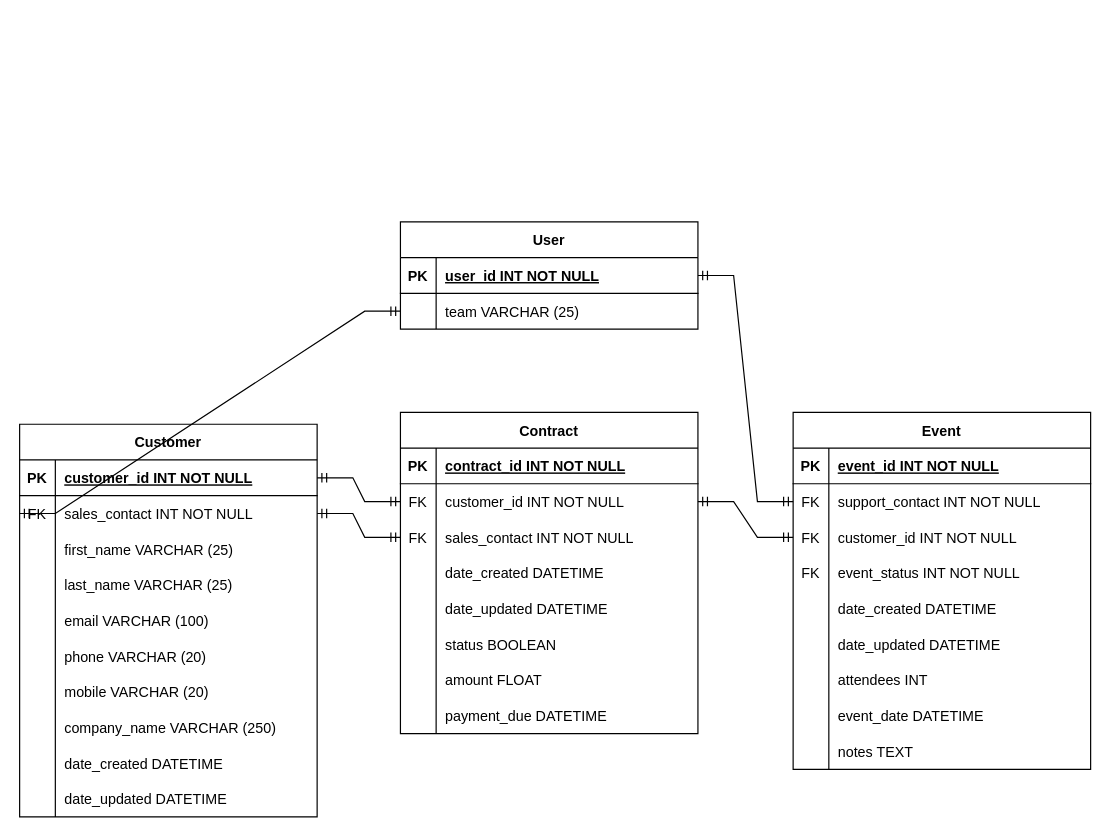
The draw.io diagram ERD.drawio in BeanEden/CRM-API-Front-and-Back-End, before the edit. Source tidied: cells renumbered, new cells numbered last; positions are measured from the earlier drawing's top-left corner, leaving out a move shared by most shapes. Both pictures are drawn from the tidied source at 119%, with x=0, y=0 at pixel (19, 221).
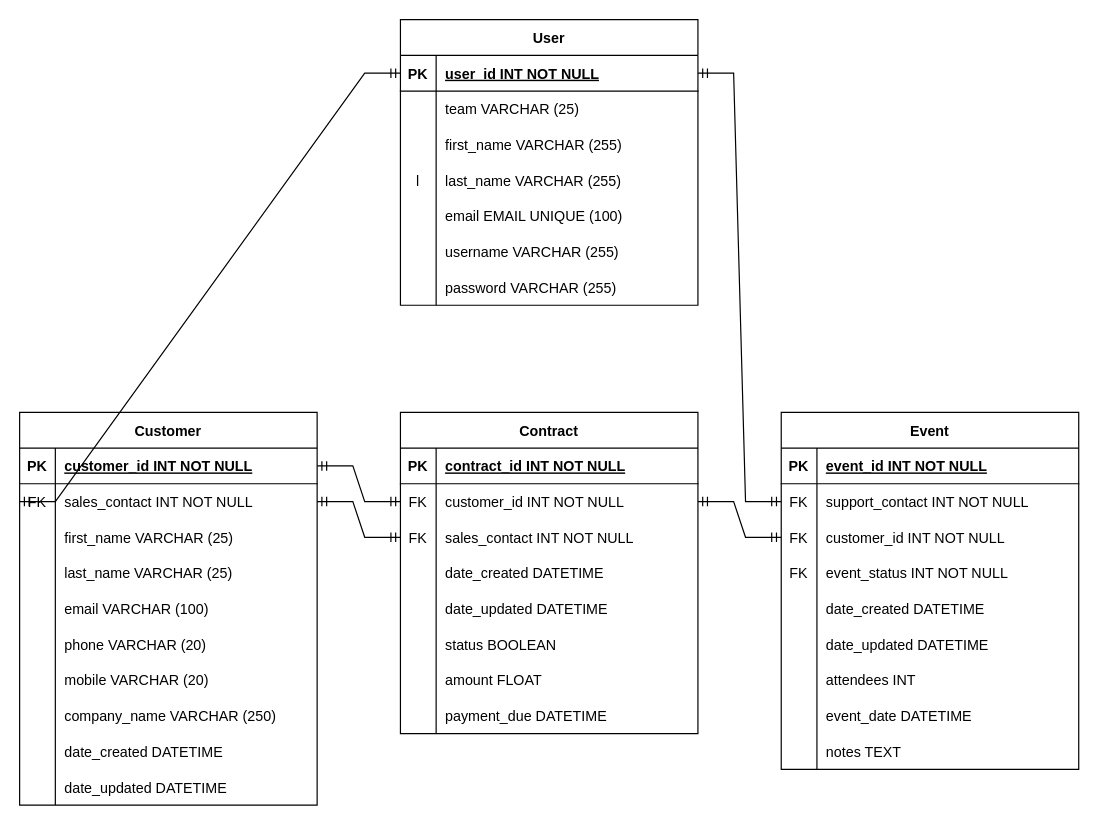
The same diagram, later.

Unchanged cells that the change refers to:
```xml
<mxCell id="56" style="shape=partialRectangle;fillColor=none;points=[[0,0.5],[1,0.5]];portConstraint=eastwest;top=0;left=0;right=0;bottom=1;" parent="55" vertex="1">
  <mxGeometry y="30" width="250" height="30" as="geometry" />
</mxCell>
<mxCell id="59" style="shape=partialRectangle;fillColor=none;points=[[0,0.5],[1,0.5]];portConstraint=eastwest;top=0;left=0;right=0;bottom=0;" parent="55" vertex="1">
  <mxGeometry y="60" width="250" height="30" as="geometry" />
</mxCell>
<mxCell id="68" style="shape=partialRectangle;fillColor=none;points=[[0,0.5],[1,0.5]];portConstraint=eastwest;top=0;left=0;right=0;bottom=0;" parent="64" vertex="1">
  <mxGeometry y="60" width="250" height="30" as="geometry" />
</mxCell>
```

The edit, as a diff of the source:
```diff
@@
     <mxCell id="27" value="Event" style="shape=table;startSize=30;childLayout=tableLayout;rowLines=0;fontStyle=1;align=center;" parent="1" vertex="1">
-      <mxGeometry x="650" y="160" width="250" height="300" as="geometry" />
+      <mxGeometry x="640" y="160" width="250" height="300" as="geometry" />
     </mxCell>
@@
     <mxCell id="55" value="User" style="shape=table;startSize=30;childLayout=tableLayout;rowLines=0;fontStyle=1;align=center;" parent="1" vertex="1">
-      <mxGeometry x="320" width="250" height="90" as="geometry" />
+      <mxGeometry x="320" y="-170" width="250" height="240" as="geometry" />
     </mxCell>
@@
+    <mxCell id="98" style="shape=partialRectangle;fillColor=none;top=0;left=0;right=0;bottom=0;" parent="55" vertex="1">
+      <mxGeometry y="90" width="250" height="30" as="geometry" />
+    </mxCell>
+    <mxCell id="99" style="shape=partialRectangle;overflow=hidden;fillColor=none;top=0;left=0;bottom=0;right=0;" parent="98" vertex="1">
+      <mxGeometry width="30" height="30" as="geometry" />
+    </mxCell>
+    <mxCell id="100" value="first_name VARCHAR (255)" style="shape=partialRectangle;overflow=hidden;fillColor=none;top=0;left=0;bottom=0;right=0;align=left;spacingLeft=6;" parent="98" vertex="1">
+      <mxGeometry x="30" width="220" height="30" as="geometry" />
+    </mxCell>
+    <mxCell id="101" style="shape=partialRectangle;fillColor=none;top=0;left=0;right=0;bottom=0;" parent="55" vertex="1">
+      <mxGeometry y="120" width="250" height="30" as="geometry" />
+    </mxCell>
+    <mxCell id="102" value="l" style="shape=partialRectangle;overflow=hidden;fillColor=none;top=0;left=0;bottom=0;right=0;" parent="101" vertex="1">
+      <mxGeometry width="30" height="30" as="geometry" />
+    </mxCell>
+    <mxCell id="103" value="last_name VARCHAR (255)" style="shape=partialRectangle;overflow=hidden;fillColor=none;top=0;left=0;bottom=0;right=0;align=left;spacingLeft=6;" parent="101" vertex="1">
+      <mxGeometry x="30" width="220" height="30" as="geometry" />
+    </mxCell>
+    <mxCell id="104" style="shape=partialRectangle;fillColor=none;top=0;left=0;right=0;bottom=0;" parent="55" vertex="1">
+      <mxGeometry y="150" width="250" height="30" as="geometry" />
+    </mxCell>
+    <mxCell id="105" style="shape=partialRectangle;overflow=hidden;fillColor=none;top=0;left=0;bottom=0;right=0;" parent="104" vertex="1">
+      <mxGeometry width="30" height="30" as="geometry" />
+    </mxCell>
+    <mxCell id="106" value="email EMAIL UNIQUE (100)" style="shape=partialRectangle;overflow=hidden;fillColor=none;top=0;left=0;bottom=0;right=0;align=left;spacingLeft=6;" parent="104" vertex="1">
+      <mxGeometry x="30" width="220" height="30" as="geometry" />
+    </mxCell>
+    <mxCell id="107" style="shape=partialRectangle;fillColor=none;top=0;left=0;right=0;bottom=0;" parent="55" vertex="1">
+      <mxGeometry y="180" width="250" height="30" as="geometry" />
+    </mxCell>
+    <mxCell id="108" style="shape=partialRectangle;overflow=hidden;fillColor=none;top=0;left=0;bottom=0;right=0;" parent="107" vertex="1">
+      <mxGeometry width="30" height="30" as="geometry" />
+    </mxCell>
+    <mxCell id="109" value="username VARCHAR (255)" style="shape=partialRectangle;overflow=hidden;fillColor=none;top=0;left=0;bottom=0;right=0;align=left;spacingLeft=6;" parent="107" vertex="1">
+      <mxGeometry x="30" width="220" height="30" as="geometry" />
+    </mxCell>
+    <mxCell id="110" style="shape=partialRectangle;fillColor=none;top=0;left=0;right=0;bottom=0;" parent="55" vertex="1">
+      <mxGeometry y="210" width="250" height="30" as="geometry" />
+    </mxCell>
+    <mxCell id="111" style="shape=partialRectangle;overflow=hidden;fillColor=none;top=0;left=0;bottom=0;right=0;" parent="110" vertex="1">
+      <mxGeometry width="30" height="30" as="geometry" />
+    </mxCell>
+    <mxCell id="112" value="password VARCHAR (255)" style="shape=partialRectangle;overflow=hidden;fillColor=none;top=0;left=0;bottom=0;right=0;align=left;spacingLeft=6;" parent="110" vertex="1">
+      <mxGeometry x="30" width="220" height="30" as="geometry" />
+    </mxCell>
@@
     <mxCell id="64" value="Customer" style="shape=table;startSize=30;childLayout=tableLayout;rowLines=0;fontStyle=1;align=center;" parent="1" vertex="1">
-      <mxGeometry y="170" width="250" height="330" as="geometry" />
+      <mxGeometry y="160" width="250" height="330" as="geometry" />
     </mxCell>
@@
-    <mxCell id="97" style="edgeStyle=entityRelationEdgeStyle;fontSize=12;html=1;endArrow=ERmandOne;startArrow=ERmandOne;rounded=0;entryX=0;entryY=0.5;entryDx=0;entryDy=0;exitX=0;exitY=0.5;exitDx=0;exitDy=0;" parent="1" edge="1" source="68" target="59">
+    <mxCell id="97" style="edgeStyle=entityRelationEdgeStyle;fontSize=12;html=1;endArrow=ERmandOne;startArrow=ERmandOne;rounded=0;entryX=0;entryY=0.5;entryDx=0;entryDy=0;exitX=0;exitY=0.5;exitDx=0;exitDy=0;" parent="1" edge="1" source="68" target="56">
       <mxGeometry relative="1" as="geometry" />
     </mxCell>
```
